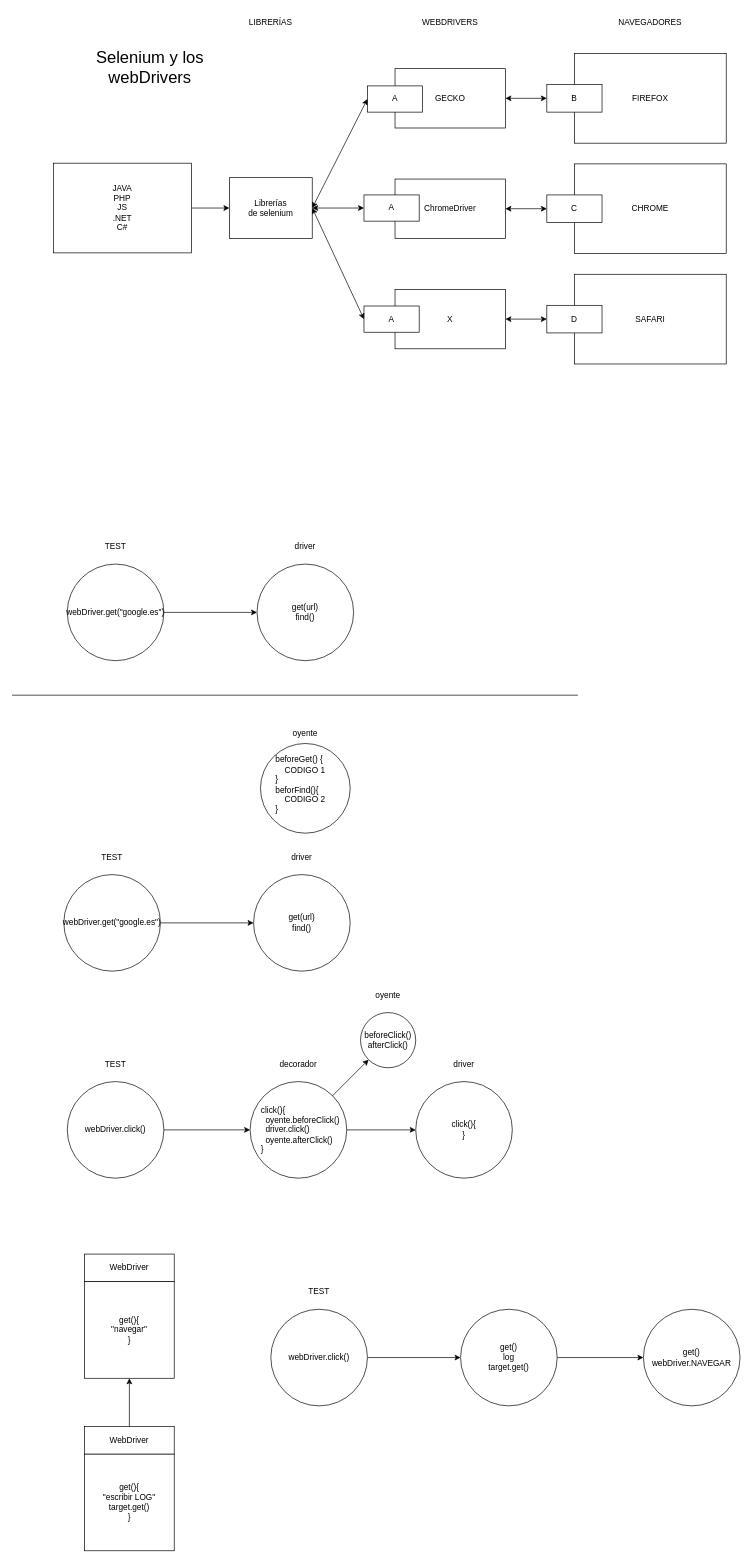
lrag/TDD keeps this draw.io diagram as page "Página-7" (8 of 15) of tdd.drawio. Above is the earlier version. Source tidied: cells renumbered, new cells numbered last; positions are measured from the earlier drawing's top-left corner, leaving out a move shared by most shapes. Both pictures are drawn from the tidied source at 69%, with x=0, y=0 at pixel (12, 12).
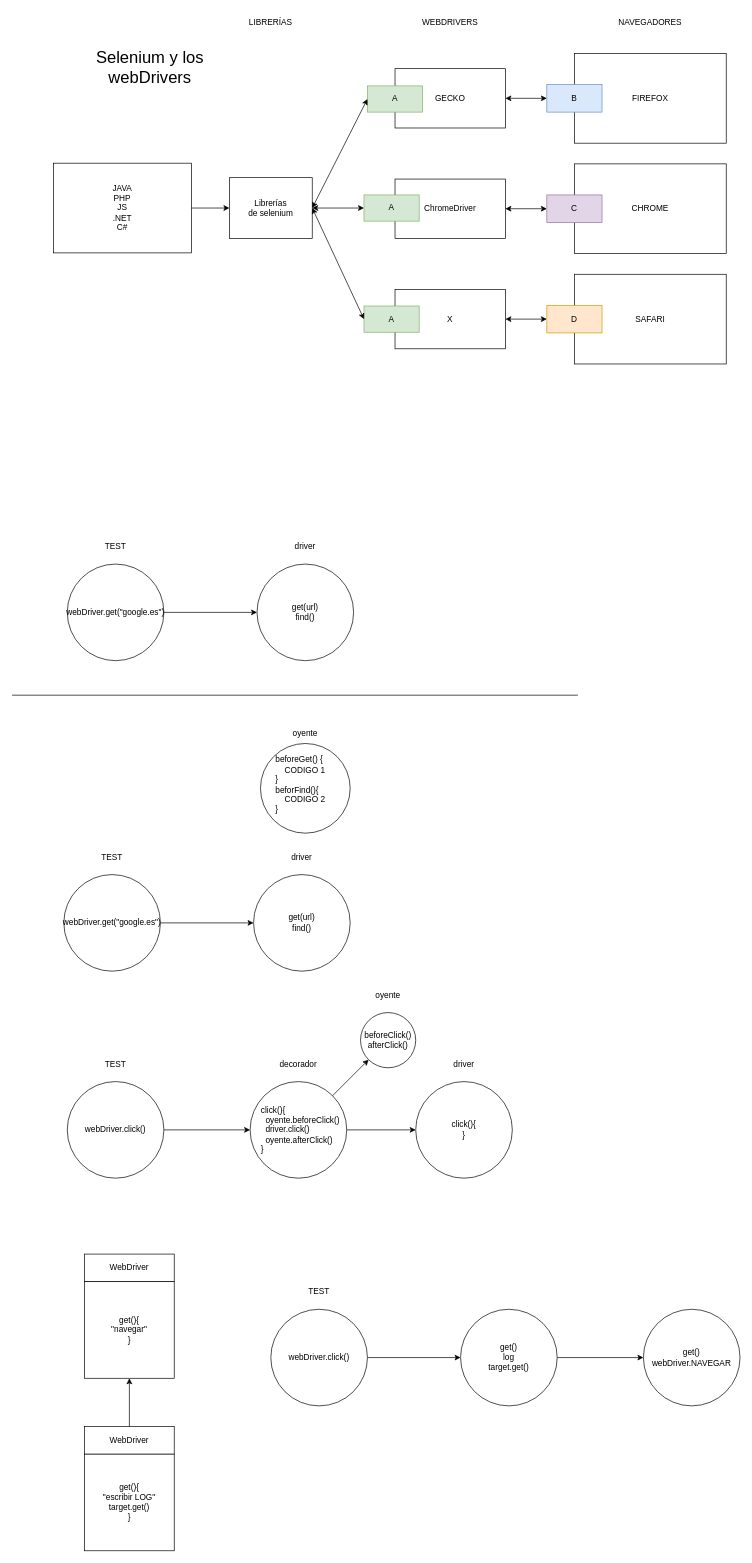
The same page after the edit.

The edit, as a diff of the source:
```diff
@@
-    <mxCell id="3" value="C" style="rounded=0;whiteSpace=wrap;html=1;" parent="1" vertex="1">
+    <mxCell id="3" value="C" style="rounded=0;whiteSpace=wrap;html=1;fillColor=#e1d5e7;strokeColor=#9673a6;" parent="1" vertex="1">
       <mxGeometry x="775" y="265" width="80" height="40" as="geometry" />
     </mxCell>
@@
-    <mxCell id="7" value="B" style="rounded=0;whiteSpace=wrap;html=1;" parent="1" vertex="1">
+    <mxCell id="7" value="B" style="rounded=0;whiteSpace=wrap;html=1;fillColor=#dae8fc;strokeColor=#6c8ebf;" parent="1" vertex="1">
       <mxGeometry x="775" y="105" width="80" height="40" as="geometry" />
     </mxCell>
@@
-    <mxCell id="9" value="D" style="rounded=0;whiteSpace=wrap;html=1;" parent="1" vertex="1">
+    <mxCell id="9" value="D" style="rounded=0;whiteSpace=wrap;html=1;fillColor=#ffe6cc;strokeColor=#d79b00;" parent="1" vertex="1">
       <mxGeometry x="775" y="425" width="80" height="40" as="geometry" />
     </mxCell>
@@
-    <mxCell id="16" value="A" style="rounded=0;whiteSpace=wrap;html=1;" parent="1" vertex="1">
+    <mxCell id="16" value="A" style="rounded=0;whiteSpace=wrap;html=1;fillColor=#d5e8d4;strokeColor=#82b366;" parent="1" vertex="1">
       <mxGeometry x="515" y="107" width="80" height="38" as="geometry" />
     </mxCell>
-    <mxCell id="17" value="A" style="rounded=0;whiteSpace=wrap;html=1;" parent="1" vertex="1">
+    <mxCell id="17" value="A" style="rounded=0;whiteSpace=wrap;html=1;fillColor=#d5e8d4;strokeColor=#82b366;" parent="1" vertex="1">
       <mxGeometry x="510" y="265" width="80" height="38" as="geometry" />
     </mxCell>
-    <mxCell id="18" value="A" style="rounded=0;whiteSpace=wrap;html=1;" parent="1" vertex="1">
+    <mxCell id="18" value="A" style="rounded=0;whiteSpace=wrap;html=1;fillColor=#d5e8d4;strokeColor=#82b366;" parent="1" vertex="1">
       <mxGeometry x="510" y="426" width="80" height="38" as="geometry" />
     </mxCell>
```
